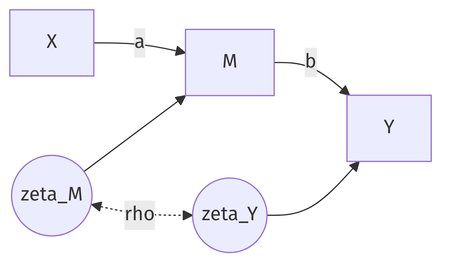
Above: diagrams/mediation.png in daob/stads-book (Mermaid), before the change. Its source is kept beside it as diagrams/mediation.mmd.
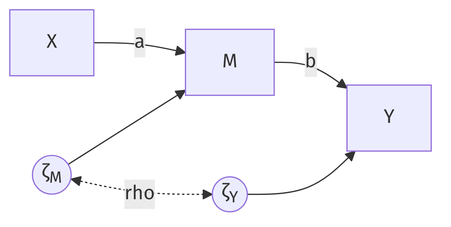
Later version of the same file.

What changed in the source:
```diff
@@ -1,6 +1,6 @@
 flowchart LR
   X[X] -->|a| M[M]
   M -->|b| Y[Y]
-  zM((zeta_M)) --> M
-  zY((zeta_Y)) --> Y
+  zM((ζ<sub>M</sub>)) --> M
+  zY((ζ<sub>Y</sub>)) --> Y
   zM <-.->|rho| zY
```
